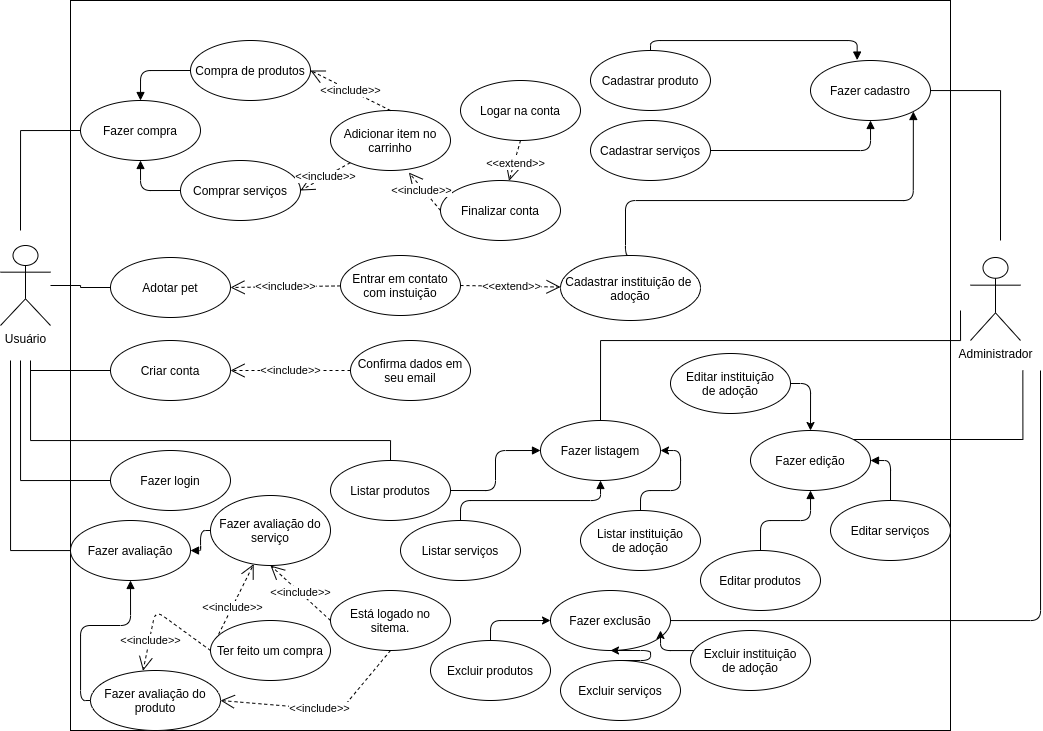
Before: images/Use-case.png, a diagram exported from draw.io (Bruno-Felix/REQ-2020.2-PetSpace). Source tidied: cells renumbered, new cells last; positions are measured from the earlier drawing's top-left corner, leaving out a move shared by most shapes.
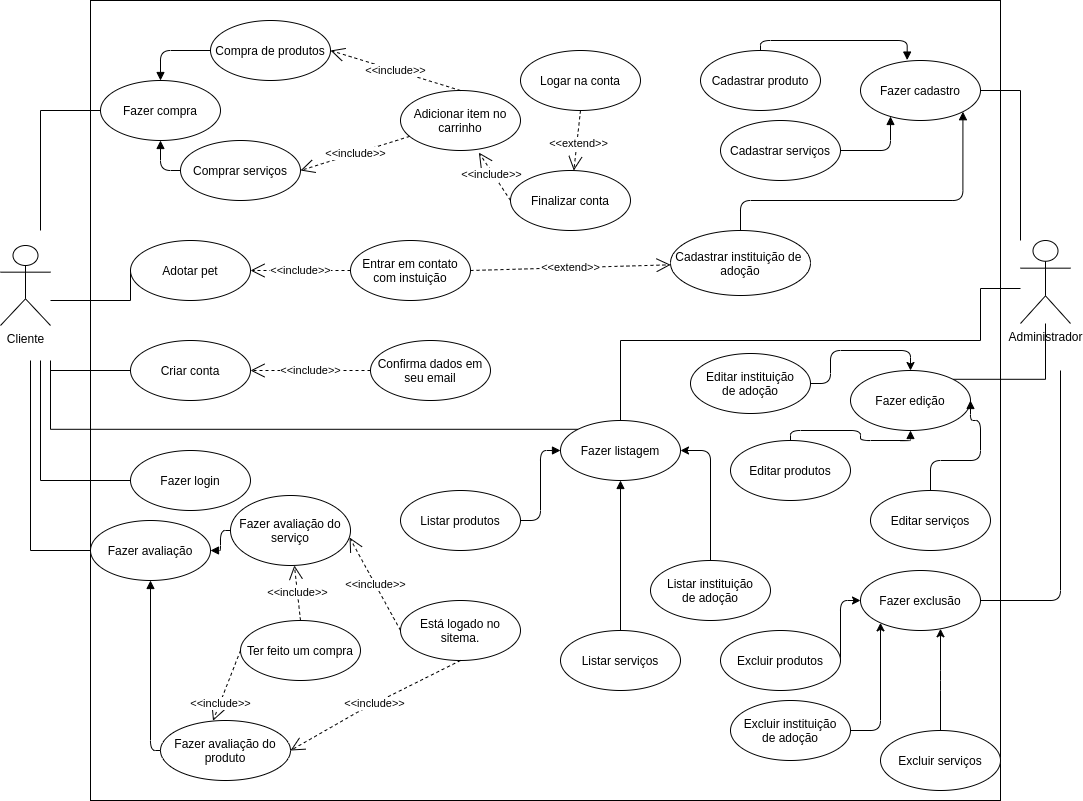
The same file after the commit.

Commit message:
Atualizando imagem

Diff of the diagram source:
```diff
@@ -2,29 +2,29 @@
   <root>
     <mxCell id="0" />
     <mxCell id="1" parent="0" />
-    <mxCell id="2" value="Usuário" style="shape=umlActor;verticalLabelPosition=bottom;verticalAlign=top;html=1;" parent="1" vertex="1">
-      <mxGeometry y="245" width="50" height="80" as="geometry" />
+    <mxCell id="2" value="Cliente&lt;br&gt;" style="shape=umlActor;verticalLabelPosition=bottom;verticalAlign=top;html=1;" parent="1" vertex="1">
+      <mxGeometry x="-20" y="245" width="50" height="80" as="geometry" />
     </mxCell>
     <mxCell id="3" value="Administrador" style="shape=umlActor;verticalLabelPosition=bottom;verticalAlign=top;html=1;" parent="1" vertex="1">
-      <mxGeometry x="970" y="257" width="50" height="83" as="geometry" />
+      <mxGeometry x="1000" y="240" width="50" height="83" as="geometry" />
     </mxCell>
     <mxCell id="4" style="rounded=0;whiteSpace=wrap;html=1;" parent="1" vertex="1">
-      <mxGeometry x="70" width="880" height="730" as="geometry" />
+      <mxGeometry x="70" width="910" height="800" as="geometry" />
     </mxCell>
     <mxCell id="5" value="Compra de produtos" style="ellipse;whiteSpace=wrap;html=1;" parent="1" vertex="1">
-      <mxGeometry x="190" y="40" width="120" height="60" as="geometry" />
+      <mxGeometry x="190" y="20" width="120" height="60" as="geometry" />
     </mxCell>
     <mxCell id="6" value="Cadastrar instituição de&amp;nbsp;&lt;br&gt;adoção" style="ellipse;whiteSpace=wrap;html=1;" parent="1" vertex="1">
-      <mxGeometry x="560" y="255" width="140" height="65" as="geometry" />
+      <mxGeometry x="650" y="230" width="140" height="65" as="geometry" />
     </mxCell>
     <mxCell id="7" value="Comprar serviços" style="ellipse;whiteSpace=wrap;html=1;" parent="1" vertex="1">
-      <mxGeometry x="180" y="160" width="120" height="60" as="geometry" />
+      <mxGeometry x="160" y="140" width="120" height="60" as="geometry" />
     </mxCell>
     <mxCell id="8" value="Fazer avaliação do serviço" style="ellipse;whiteSpace=wrap;html=1;" parent="1" vertex="1">
       <mxGeometry x="210" y="495" width="120" height="70" as="geometry" />
     </mxCell>
     <mxCell id="9" value="Fazer avaliação do produto" style="ellipse;whiteSpace=wrap;html=1;" parent="1" vertex="1">
-      <mxGeometry x="90" y="670" width="130" height="60" as="geometry" />
+      <mxGeometry x="140" y="720" width="130" height="60" as="geometry" />
     </mxCell>
     <mxCell id="10" style="edgeStyle=orthogonalEdgeStyle;rounded=0;jettySize=auto;html=1;endArrow=none;endFill=0;strokeColor=#000000;" parent="1" edge="1" source="11">
       <mxGeometry relative="1" as="geometry">
@@ -46,7 +46,7 @@
       </mxGeometry>
     </mxCell>
     <mxCell id="15" value="Fazer compra" style="ellipse;whiteSpace=wrap;html=1;" parent="1" vertex="1">
-      <mxGeometry x="80" y="100" width="120" height="60" as="geometry" />
+      <mxGeometry x="80" y="80" width="120" height="60" as="geometry" />
     </mxCell>
     <mxCell id="16" style="endArrow=block;endFill=1;html=1;edgeStyle=orthogonalEdgeStyle;align=left;verticalAlign=top;strokeColor=#000000;entryX=0.5;entryY=1;entryDx=0;entryDy=0;exitX=0;exitY=0.5;exitDx=0;exitDy=0;" parent="1" edge="1" source="7" target="15">
       <mxGeometry x="-1" relative="1" as="geometry" />
@@ -55,13 +55,13 @@
       <mxGeometry x="-1" relative="1" as="geometry" />
     </mxCell>
     <mxCell id="18" value="Adicionar item no carrinho" style="ellipse;whiteSpace=wrap;html=1;" parent="1" vertex="1">
-      <mxGeometry x="330" y="110" width="120" height="60" as="geometry" />
+      <mxGeometry x="380" y="90" width="120" height="60" as="geometry" />
     </mxCell>
     <mxCell id="19" value="Logar na conta" style="ellipse;whiteSpace=wrap;html=1;" parent="1" vertex="1">
-      <mxGeometry x="460" y="80" width="120" height="60" as="geometry" />
+      <mxGeometry x="500" y="50" width="120" height="60" as="geometry" />
     </mxCell>
     <mxCell id="20" value="Finalizar conta" style="ellipse;whiteSpace=wrap;html=1;" parent="1" vertex="1">
-      <mxGeometry x="440" y="180" width="120" height="60" as="geometry" />
+      <mxGeometry x="490" y="170" width="120" height="60" as="geometry" />
     </mxCell>
     <mxCell id="21" value="&amp;lt;&amp;lt;include&amp;gt;&amp;gt;" style="endArrow=open;endSize=12;dashed=1;html=1;strokeColor=#000000;exitX=0;exitY=0.5;exitDx=0;exitDy=0;entryX=0.653;entryY=1.034;entryDx=0;entryDy=0;entryPerimeter=0;" parent="1" edge="1" source="20" target="18">
       <mxGeometry x="0.11" y="2" relative="1" as="geometry" />
@@ -70,10 +70,14 @@
       <mxGeometry x="0.11" y="2" relative="1" as="geometry" />
     </mxCell>
     <mxCell id="23" style="edgeStyle=orthogonalEdgeStyle;rounded=0;jettySize=auto;html=1;exitX=0;exitY=0.5;exitDx=0;exitDy=0;endArrow=none;endFill=0;strokeColor=#000000;" parent="1" edge="1" source="24" target="2">
-      <mxGeometry relative="1" as="geometry" />
+      <mxGeometry relative="1" as="geometry">
+        <Array as="points">
+          <mxPoint x="110" y="300" />
+        </Array>
+      </mxGeometry>
     </mxCell>
     <mxCell id="24" value="&lt;span&gt;Adotar pet&lt;/span&gt;" style="ellipse;whiteSpace=wrap;html=1;" parent="1" vertex="1">
-      <mxGeometry x="110" y="257" width="120" height="60" as="geometry" />
+      <mxGeometry x="110" y="240" width="120" height="60" as="geometry" />
     </mxCell>
     <mxCell id="25" style="edgeStyle=orthogonalEdgeStyle;rounded=0;jettySize=auto;html=1;endArrow=none;endFill=0;strokeColor=#000000;" parent="1" edge="1" source="26">
       <mxGeometry relative="1" as="geometry">
@@ -87,7 +91,7 @@
       <mxGeometry x="350" y="340" width="120" height="60" as="geometry" />
     </mxCell>
     <mxCell id="28" value="&lt;span&gt;Entrar em contato com instuição&lt;/span&gt;" style="ellipse;whiteSpace=wrap;html=1;" parent="1" vertex="1">
-      <mxGeometry x="340" y="255" width="120" height="60" as="geometry" />
+      <mxGeometry x="330" y="240" width="120" height="60" as="geometry" />
     </mxCell>
     <mxCell id="29" value="&amp;lt;&amp;lt;include&amp;gt;&amp;gt;" style="endArrow=open;endSize=12;dashed=1;html=1;strokeColor=#000000;entryX=1;entryY=0.5;entryDx=0;entryDy=0;" parent="1" edge="1" source="28" target="24">
       <mxGeometry relative="1" as="geometry" />
@@ -104,14 +108,14 @@
       </mxGeometry>
     </mxCell>
     <mxCell id="33" value="Fazer cadastro" style="ellipse;whiteSpace=wrap;html=1;" parent="1" vertex="1">
-      <mxGeometry x="810" y="60" width="120" height="60" as="geometry" />
+      <mxGeometry x="840" y="60" width="120" height="60" as="geometry" />
     </mxCell>
-    <mxCell id="34" style="edgeStyle=orthogonalEdgeStyle;rounded=0;jettySize=auto;html=1;exitX=0.5;exitY=0;exitDx=0;exitDy=0;endArrow=none;endFill=0;strokeColor=#000000;" parent="1" edge="1" source="35">
+    <mxCell id="34" style="edgeStyle=orthogonalEdgeStyle;rounded=0;jettySize=auto;html=1;exitX=0.5;exitY=0;exitDx=0;exitDy=0;endArrow=none;endFill=0;strokeColor=#000000;" parent="1" edge="1" source="35" target="3">
       <mxGeometry relative="1" as="geometry">
-        <mxPoint x="960" y="310" as="targetPoint" />
         <Array as="points">
           <mxPoint x="600" y="340" />
           <mxPoint x="960" y="340" />
+          <mxPoint x="960" y="288" />
         </Array>
       </mxGeometry>
     </mxCell>
@@ -132,57 +136,61 @@
     <mxCell id="39" value="Fazer login" style="ellipse;whiteSpace=wrap;html=1;" parent="1" vertex="1">
       <mxGeometry x="110" y="450" width="120" height="60" as="geometry" />
     </mxCell>
-    <mxCell id="40" style="edgeStyle=orthogonalEdgeStyle;rounded=0;jettySize=auto;html=1;exitX=1;exitY=0;exitDx=0;exitDy=0;endArrow=none;endFill=0;strokeColor=#000000;" parent="1" edge="1" source="41">
-      <mxGeometry relative="1" as="geometry">
-        <mxPoint x="1022.4" y="370" as="targetPoint" />
-      </mxGeometry>
+    <mxCell id="40" style="edgeStyle=orthogonalEdgeStyle;rounded=0;jettySize=auto;html=1;exitX=1;exitY=0;exitDx=0;exitDy=0;endArrow=none;endFill=0;strokeColor=#000000;" parent="1" edge="1" source="41" target="3">
+      <mxGeometry relative="1" as="geometry" />
     </mxCell>
     <mxCell id="41" value="Fazer edição" style="ellipse;whiteSpace=wrap;html=1;" parent="1" vertex="1">
-      <mxGeometry x="750" y="430" width="120" height="60" as="geometry" />
+      <mxGeometry x="830" y="370" width="120" height="60" as="geometry" />
     </mxCell>
-    <mxCell id="42" style="edgeStyle=orthogonalEdgeStyle;rounded=0;jettySize=auto;html=1;endArrow=none;endFill=0;strokeColor=#000000;" parent="1" edge="1" source="43">
+    <mxCell id="42" style="edgeStyle=orthogonalEdgeStyle;rounded=0;jettySize=auto;html=1;endArrow=none;endFill=0;strokeColor=#000000;exitX=0;exitY=0;exitDx=0;exitDy=0;" parent="1" edge="1" source="35">
       <mxGeometry relative="1" as="geometry">
         <mxPoint x="30" y="360" as="targetPoint" />
         <Array as="points">
-          <mxPoint x="390" y="440" />
-          <mxPoint x="30" y="440" />
+          <mxPoint x="30" y="429" />
         </Array>
       </mxGeometry>
     </mxCell>
     <mxCell id="43" value="Listar produtos" style="ellipse;whiteSpace=wrap;html=1;" parent="1" vertex="1">
-      <mxGeometry x="330" y="460" width="120" height="60" as="geometry" />
+      <mxGeometry x="380" y="490" width="120" height="60" as="geometry" />
     </mxCell>
     <mxCell id="44" style="endArrow=block;endFill=1;html=1;edgeStyle=orthogonalEdgeStyle;align=left;verticalAlign=top;strokeColor=#000000;entryX=0;entryY=0.5;entryDx=0;entryDy=0;exitX=1;exitY=0.5;exitDx=0;exitDy=0;" parent="1" edge="1" source="43" target="35">
       <mxGeometry x="-1" relative="1" as="geometry" />
     </mxCell>
     <mxCell id="45" value="Listar serviços" style="ellipse;whiteSpace=wrap;html=1;" parent="1" vertex="1">
-      <mxGeometry x="400" y="520" width="120" height="60" as="geometry" />
+      <mxGeometry x="540" y="630" width="120" height="60" as="geometry" />
     </mxCell>
     <mxCell id="46" style="endArrow=block;endFill=1;html=1;edgeStyle=orthogonalEdgeStyle;align=left;verticalAlign=top;strokeColor=#000000;entryX=0.5;entryY=1;entryDx=0;entryDy=0;exitX=0.5;exitY=0;exitDx=0;exitDy=0;" parent="1" edge="1" source="45" target="35">
       <mxGeometry x="-1" relative="1" as="geometry" />
     </mxCell>
     <mxCell id="47" value="Editar produtos" style="ellipse;whiteSpace=wrap;html=1;" parent="1" vertex="1">
-      <mxGeometry x="700" y="550" width="120" height="60" as="geometry" />
+      <mxGeometry x="710" y="440" width="120" height="60" as="geometry" />
     </mxCell>
     <mxCell id="48" style="endArrow=block;endFill=1;html=1;edgeStyle=orthogonalEdgeStyle;align=left;verticalAlign=top;strokeColor=#000000;exitX=0.5;exitY=0;exitDx=0;exitDy=0;" parent="1" edge="1" source="47" target="41">
       <mxGeometry x="-1" relative="1" as="geometry" />
     </mxCell>
     <mxCell id="49" value="Editar serviços" style="ellipse;whiteSpace=wrap;html=1;" parent="1" vertex="1">
-      <mxGeometry x="830" y="500" width="120" height="60" as="geometry" />
+      <mxGeometry x="850" y="490" width="120" height="60" as="geometry" />
     </mxCell>
     <mxCell id="50" style="endArrow=block;endFill=1;html=1;edgeStyle=orthogonalEdgeStyle;align=left;verticalAlign=top;strokeColor=#000000;exitX=0.5;exitY=0;exitDx=0;exitDy=0;entryX=1;entryY=0.5;entryDx=0;entryDy=0;" parent="1" edge="1" source="49" target="41">
-      <mxGeometry x="-1" relative="1" as="geometry" />
+      <mxGeometry x="-1" relative="1" as="geometry">
+        <Array as="points">
+          <mxPoint x="910" y="460" />
+          <mxPoint x="960" y="460" />
+          <mxPoint x="960" y="420" />
+          <mxPoint x="950" y="420" />
+        </Array>
+      </mxGeometry>
     </mxCell>
     <mxCell id="51" style="endArrow=block;endFill=1;html=1;edgeStyle=orthogonalEdgeStyle;align=left;verticalAlign=top;strokeColor=#000000;entryX=0.389;entryY=-0.007;entryDx=0;entryDy=0;exitX=0.5;exitY=0;exitDx=0;exitDy=0;entryPerimeter=0;" parent="1" edge="1" source="52" target="33">
       <mxGeometry x="-1" relative="1" as="geometry" />
     </mxCell>
     <mxCell id="52" value="Cadastrar produto" style="ellipse;whiteSpace=wrap;html=1;" parent="1" vertex="1">
-      <mxGeometry x="590" y="50" width="120" height="60" as="geometry" />
+      <mxGeometry x="680" y="50" width="120" height="60" as="geometry" />
     </mxCell>
     <mxCell id="53" value="Cadastrar serviços" style="ellipse;whiteSpace=wrap;html=1;" parent="1" vertex="1">
-      <mxGeometry x="590" y="120" width="120" height="60" as="geometry" />
+      <mxGeometry x="700" y="120" width="120" height="60" as="geometry" />
     </mxCell>
-    <mxCell id="54" style="endArrow=block;endFill=1;html=1;edgeStyle=orthogonalEdgeStyle;align=left;verticalAlign=top;strokeColor=#000000;entryX=0.5;entryY=1;entryDx=0;entryDy=0;exitX=1;exitY=0.5;exitDx=0;exitDy=0;" parent="1" edge="1" source="53" target="33">
+    <mxCell id="54" style="endArrow=block;endFill=1;html=1;edgeStyle=orthogonalEdgeStyle;align=left;verticalAlign=top;strokeColor=#000000;exitX=1;exitY=0.5;exitDx=0;exitDy=0;" parent="1" edge="1" source="53" target="33">
       <mxGeometry x="-1" relative="1" as="geometry">
         <Array as="points">
           <mxPoint x="870" y="150" />
@@ -192,8 +200,9 @@
     <mxCell id="55" style="endArrow=block;endFill=1;html=1;edgeStyle=orthogonalEdgeStyle;align=left;verticalAlign=top;strokeColor=#000000;entryX=1;entryY=1;entryDx=0;entryDy=0;exitX=0.5;exitY=0;exitDx=0;exitDy=0;" parent="1" edge="1" source="6" target="33">
       <mxGeometry x="-1" relative="1" as="geometry">
         <Array as="points">
-          <mxPoint x="625" y="200" />
-          <mxPoint x="913" y="200" />
+          <mxPoint x="720" y="230" />
+          <mxPoint x="720" y="200" />
+          <mxPoint x="942" y="200" />
         </Array>
       </mxGeometry>
     </mxCell>
@@ -203,37 +212,34 @@
       </mxGeometry>
     </mxCell>
     <mxCell id="57" value="Fazer exclusão" style="ellipse;whiteSpace=wrap;html=1;" parent="1" vertex="1">
-      <mxGeometry x="550" y="590" width="120" height="60" as="geometry" />
+      <mxGeometry x="840" y="570" width="120" height="60" as="geometry" />
     </mxCell>
     <mxCell id="58" style="edgeStyle=orthogonalEdgeStyle;rounded=1;jettySize=auto;html=1;entryX=0;entryY=0.5;entryDx=0;entryDy=0;" parent="1" edge="1" source="59" target="57">
-      <mxGeometry relative="1" as="geometry" />
+      <mxGeometry relative="1" as="geometry">
+        <Array as="points">
+          <mxPoint x="820" y="600" />
+        </Array>
+      </mxGeometry>
     </mxCell>
     <mxCell id="59" value="Excluir produtos" style="ellipse;whiteSpace=wrap;html=1;" parent="1" vertex="1">
-      <mxGeometry x="430" y="640" width="120" height="60" as="geometry" />
+      <mxGeometry x="700" y="630" width="120" height="60" as="geometry" />
     </mxCell>
     <mxCell id="60" value="Excluir serviços" style="ellipse;whiteSpace=wrap;html=1;" parent="1" vertex="1">
-      <mxGeometry x="560" y="660" width="120" height="60" as="geometry" />
+      <mxGeometry x="860" y="730" width="120" height="60" as="geometry" />
     </mxCell>
-    <mxCell id="61" style="edgeStyle=orthogonalEdgeStyle;rounded=1;jettySize=auto;html=1;entryX=0.5;entryY=1;entryDx=0;entryDy=0;exitX=0.5;exitY=0;exitDx=0;exitDy=0;" parent="1" edge="1" source="60" target="57">
+    <mxCell id="61" style="edgeStyle=orthogonalEdgeStyle;rounded=1;jettySize=auto;html=1;exitX=0.5;exitY=0;exitDx=0;exitDy=0;" parent="1" edge="1" source="60" target="57">
       <mxGeometry relative="1" as="geometry">
         <Array as="points">
-          <mxPoint x="650" y="650" />
+          <mxPoint x="920" y="680" />
+          <mxPoint x="920" y="680" />
         </Array>
       </mxGeometry>
     </mxCell>
-    <mxCell id="62" style="edgeStyle=orthogonalEdgeStyle;rounded=1;jettySize=auto;html=1;" parent="1" edge="1" source="64">
-      <mxGeometry relative="1" as="geometry">
-        <mxPoint x="660" y="630" as="targetPoint" />
-        <Array as="points">
-          <mxPoint x="660" y="650" />
-        </Array>
-      </mxGeometry>
-    </mxCell>
     <mxCell id="63" value="&lt;span&gt;Listar instituição&lt;/span&gt;&lt;br&gt;&lt;span&gt;de adoção&lt;/span&gt;" style="ellipse;whiteSpace=wrap;html=1;" parent="1" vertex="1">
-      <mxGeometry x="580" y="510" width="120" height="60" as="geometry" />
+      <mxGeometry x="630" y="560" width="120" height="60" as="geometry" />
     </mxCell>
     <mxCell id="64" value="Excluir instituição&lt;br&gt;de adoção" style="ellipse;whiteSpace=wrap;html=1;" parent="1" vertex="1">
-      <mxGeometry x="690" y="630" width="120" height="60" as="geometry" />
+      <mxGeometry x="710" y="700" width="120" height="60" as="geometry" />
     </mxCell>
     <mxCell id="65" style="edgeStyle=orthogonalEdgeStyle;rounded=1;jettySize=auto;html=1;entryX=1;entryY=0.5;entryDx=0;entryDy=0;" parent="1" edge="1" source="63" target="35">
       <mxGeometry relative="1" as="geometry" />
@@ -245,16 +251,16 @@
       <mxGeometry relative="1" as="geometry" />
     </mxCell>
     <mxCell id="68" value="Está logado no sitema." style="ellipse;whiteSpace=wrap;html=1;" parent="1" vertex="1">
-      <mxGeometry x="330" y="590" width="120" height="60" as="geometry" />
+      <mxGeometry x="380" y="600" width="120" height="60" as="geometry" />
     </mxCell>
-    <mxCell id="69" value="&amp;lt;&amp;lt;include&amp;gt;&amp;gt;" style="endArrow=open;endSize=12;dashed=1;html=1;strokeColor=#000000;exitX=0;exitY=0.5;exitDx=0;exitDy=0;entryX=0.5;entryY=1;entryDx=0;entryDy=0;" parent="1" edge="1" source="68" target="8">
+    <mxCell id="69" value="&amp;lt;&amp;lt;include&amp;gt;&amp;gt;" style="endArrow=open;endSize=12;dashed=1;html=1;strokeColor=#000000;exitX=0;exitY=0.5;exitDx=0;exitDy=0;entryX=0.992;entryY=0.6;entryDx=0;entryDy=0;entryPerimeter=0;" parent="1" edge="1" source="68" target="8">
       <mxGeometry relative="1" as="geometry" />
     </mxCell>
-    <mxCell id="70" value="&amp;lt;&amp;lt;include&amp;gt;&amp;gt;" style="endArrow=open;endSize=12;dashed=1;html=1;strokeColor=#000000;exitX=0;exitY=0.5;exitDx=0;exitDy=0;" parent="1" edge="1" source="71" target="8">
+    <mxCell id="70" value="&amp;lt;&amp;lt;include&amp;gt;&amp;gt;" style="endArrow=open;endSize=12;dashed=1;html=1;strokeColor=#000000;exitX=0.5;exitY=0;exitDx=0;exitDy=0;" parent="1" edge="1" source="71" target="8">
       <mxGeometry relative="1" as="geometry" />
     </mxCell>
     <mxCell id="71" value="Ter feito um compra" style="ellipse;whiteSpace=wrap;html=1;" parent="1" vertex="1">
-      <mxGeometry x="210" y="620" width="120" height="60" as="geometry" />
+      <mxGeometry x="220" y="620" width="120" height="60" as="geometry" />
     </mxCell>
     <mxCell id="72" value="&amp;lt;&amp;lt;include&amp;gt;&amp;gt;" style="endArrow=open;endSize=12;dashed=1;html=1;strokeColor=#000000;exitX=0.5;exitY=1;exitDx=0;exitDy=0;entryX=1;entryY=0.5;entryDx=0;entryDy=0;" parent="1" edge="1" source="68" target="9">
       <mxGeometry relative="1" as="geometry">
@@ -264,11 +270,14 @@
       </mxGeometry>
     </mxCell>
     <mxCell id="73" value="&amp;lt;&amp;lt;include&amp;gt;&amp;gt;" style="endArrow=open;endSize=12;dashed=1;html=1;strokeColor=#000000;exitX=0;exitY=0.5;exitDx=0;exitDy=0;entryX=0.404;entryY=0.005;entryDx=0;entryDy=0;entryPerimeter=0;" parent="1" edge="1" source="71" target="9">
-      <mxGeometry x="0.52" y="1" relative="1" as="geometry">
-        <Array as="points">
-          <mxPoint x="155" y="610" />
-        </Array>
-      </mxGeometry>
+      <mxGeometry x="0.52" y="1" relative="1" as="geometry" />
     </mxCell>
+    <mxCell id="74" style="edgeStyle=orthogonalEdgeStyle;rounded=1;jettySize=auto;html=1;exitX=1;exitY=0.5;exitDx=0;exitDy=0;" parent="1" edge="1" source="64" target="57">
+      <mxGeometry relative="1" as="geometry">
+        <Array as="points">
+          <mxPoint x="860" y="730" />
+        </Array>
+      </mxGeometry>
+    </mxCell>
   </root>
 </mxGraphModel>
```
